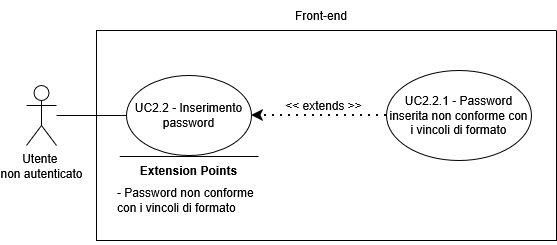
Above: assets/diagrams/UC2_2.png in SkarabGroup/DocumentazioneProgetto (draw.io), before the change. Source tidied: cells renumbered, new cells last; positions are measured from the earlier drawing's top-left corner, leaving out a move shared by most shapes.
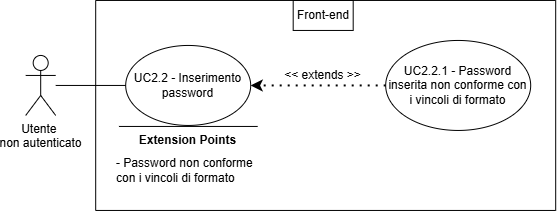
Later version of the same file.

Diff of the diagram source:
```diff
@@ -5,38 +5,38 @@
     <mxCell id="2" value="&lt;div&gt;Utente&amp;nbsp;&lt;/div&gt;&lt;div&gt;non autenticato&lt;/div&gt;" style="shape=umlActor;verticalLabelPosition=bottom;verticalAlign=top;html=1;outlineConnect=0;" parent="1" vertex="1">
       <mxGeometry y="85" width="30" height="60" as="geometry" />
     </mxCell>
-    <mxCell id="3" style="swimlane;startSize=0;" parent="1" vertex="1">
-      <mxGeometry x="70" y="30" width="460" height="210" as="geometry" />
-    </mxCell>
+    <mxCell id="13" style="swimlane;startSize=0;" parent="1" vertex="1">
+      <mxGeometry x="70" y="30" width="460" height="210" as="geometry" />
+    </mxCell>
-    <mxCell id="4" value="&lt;div&gt;UC2.2 - Inserimento password&lt;/div&gt;" style="ellipse;whiteSpace=wrap;html=1;" parent="3" vertex="1">
+    <mxCell id="4" value="&lt;div&gt;UC2.2 - Inserimento password&lt;/div&gt;" style="ellipse;whiteSpace=wrap;html=1;" parent="13" vertex="1">
       <mxGeometry x="30" y="45" width="125" height="80" as="geometry" />
     </mxCell>
-    <mxCell id="5" value="UC2.2.1 - Password inserita non conforme con i vincoli di formato" style="ellipse;whiteSpace=wrap;html=1;" parent="3" vertex="1">
+    <mxCell id="5" value="UC2.2.1 - Password inserita non conforme con i vincoli di formato" style="ellipse;whiteSpace=wrap;html=1;" parent="13" vertex="1">
       <mxGeometry x="290" y="40" width="145" height="90" as="geometry" />
     </mxCell>
-    <mxCell id="6" style="endArrow=classic;dashed=1;html=1;dashPattern=1 3;strokeWidth=2;rounded=0;entryX=1;entryY=0.5;entryDx=0;entryDy=0;strokeColor=default;curved=0;endFill=1;endSize=6;" parent="3" edge="1" source="5" target="4">
+    <mxCell id="6" style="endArrow=classic;dashed=1;html=1;dashPattern=1 3;strokeWidth=2;rounded=0;entryX=1;entryY=0.5;entryDx=0;entryDy=0;strokeColor=default;curved=0;endFill=1;endSize=6;" parent="13" edge="1" source="5" target="4">
       <mxGeometry relative="1" as="geometry" />
     </mxCell>
-    <mxCell id="7" value="&lt;div&gt;&amp;lt;&amp;lt; extends &amp;gt;&amp;gt;&lt;/div&gt;" style="text;html=1;whiteSpace=wrap;strokeColor=none;fillColor=none;align=center;verticalAlign=middle;rounded=0;" parent="3" vertex="1">
+    <mxCell id="7" value="&lt;div&gt;&amp;lt;&amp;lt; extends &amp;gt;&amp;gt;&lt;/div&gt;" style="text;html=1;whiteSpace=wrap;strokeColor=none;fillColor=none;align=center;verticalAlign=middle;rounded=0;" parent="13" vertex="1">
       <mxGeometry x="180" y="60" width="95" height="30" as="geometry" />
     </mxCell>
-    <mxCell id="8" style="endArrow=none;html=1;rounded=0;" parent="3" edge="1">
-      <mxGeometry relative="1" as="geometry">
-        <mxPoint x="162" y="126" as="sourcePoint" />
-        <mxPoint x="23.2" y="126" as="targetPoint" />
-      </mxGeometry>
-    </mxCell>
+    <mxCell id="14" style="endArrow=none;html=1;rounded=0;" parent="13" edge="1">
+      <mxGeometry relative="1" as="geometry">
+        <mxPoint x="162" y="126" as="sourcePoint" />
+        <mxPoint x="23.2" y="126" as="targetPoint" />
+      </mxGeometry>
+    </mxCell>
-    <mxCell id="9" value="&lt;b&gt;Extension Points&lt;/b&gt;" style="text;html=1;whiteSpace=wrap;strokeColor=none;fillColor=none;align=center;verticalAlign=middle;rounded=0;strokeWidth=5;" parent="3" vertex="1">
+    <mxCell id="9" value="&lt;b&gt;Extension Points&lt;/b&gt;" style="text;html=1;whiteSpace=wrap;strokeColor=none;fillColor=none;align=center;verticalAlign=middle;rounded=0;strokeWidth=5;" parent="13" vertex="1">
       <mxGeometry x="35" y="125" width="115" height="30" as="geometry" />
     </mxCell>
-    <mxCell id="10" value="&lt;div align=&quot;left&quot;&gt;- Password non conforme con i vincoli di formato&lt;/div&gt;" style="text;html=1;whiteSpace=wrap;strokeColor=none;fillColor=none;align=left;verticalAlign=middle;rounded=0;" parent="3" vertex="1">
+    <mxCell id="10" value="&lt;div align=&quot;left&quot;&gt;- Password non conforme con i vincoli di formato&lt;/div&gt;" style="text;html=1;whiteSpace=wrap;strokeColor=none;fillColor=none;align=left;verticalAlign=middle;rounded=0;" parent="13" vertex="1">
       <mxGeometry x="19" y="125" width="147" height="90" as="geometry" />
     </mxCell>
+    <mxCell id="12" value="Front-end" style="text;html=1;whiteSpace=wrap;strokeColor=default;fillColor=none;align=center;verticalAlign=middle;rounded=0;perimeterSpacing=1;" parent="13" vertex="1">
+      <mxGeometry x="197.5" width="60" height="30" as="geometry" />
+    </mxCell>
     <mxCell id="11" style="endArrow=none;html=1;rounded=0;entryX=0;entryY=0.5;entryDx=0;entryDy=0;" parent="1" edge="1" source="2" target="4">
       <mxGeometry relative="1" as="geometry" />
     </mxCell>
-    <mxCell id="12" value="Front-end" style="text;html=1;whiteSpace=wrap;strokeColor=none;fillColor=none;align=center;verticalAlign=middle;rounded=0;" parent="1" vertex="1">
-      <mxGeometry x="265" width="60" height="30" as="geometry" />
-    </mxCell>
   </root>
 </mxGraphModel>
```
